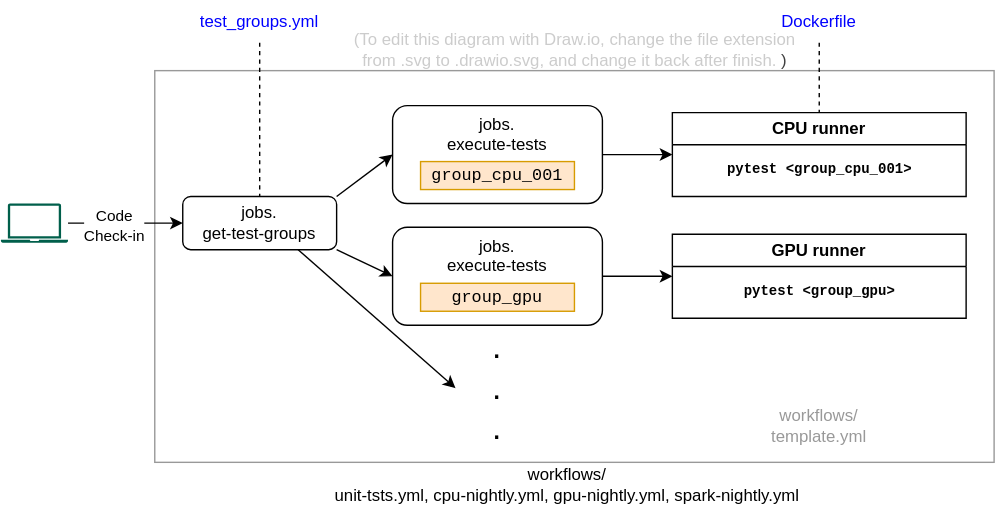
This is tests/github-actions-tests.svg from recommenders-team/recommenders, a draw.io export, as it was before one commit. Source tidied: cells renumbered, new cells last; positions are measured from the earlier drawing's top-left corner, leaving out a move shared by most shapes.
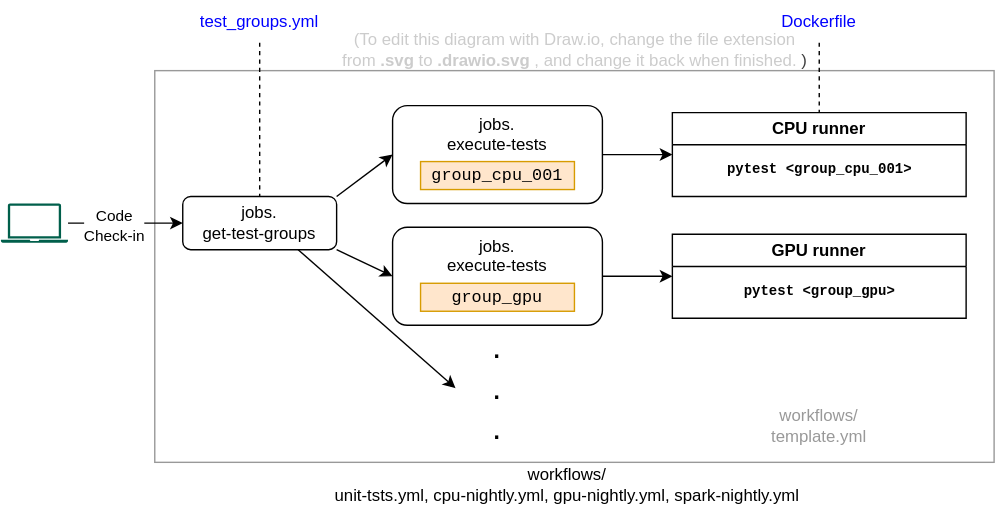
The same diagram one commit later.

What changed in the source:
```diff
@@ -83,8 +83,8 @@
     <mxCell id="28" value="workflows/&lt;div&gt;unit-tsts.yml, cpu-nightly.yml, gpu-nightly.yml, spark-nightly.yml&lt;/div&gt;" style="text;html=1;align=center;verticalAlign=middle;whiteSpace=wrap;rounded=0;" parent="1" vertex="1">
       <mxGeometry x="210" y="331" width="390" height="30" as="geometry" />
     </mxCell>
-    <mxCell id="29" value="&lt;font style=&quot;color: rgb(204, 204, 204);&quot;&gt;(To edit this diagram with Draw.io, change the file extension&lt;/font&gt;&lt;div&gt;&lt;font style=&quot;color: rgb(204, 204, 204);&quot;&gt;from .svg to .drawio.svg, and change it back after finish.&lt;span style=&quot;background-color: transparent; color: rgb(63, 63, 63);&quot;&gt;)&lt;/span&gt;&lt;/font&gt;&lt;/div&gt;" style="text;html=1;align=center;verticalAlign=middle;strokeColor=none;fillColor=none;" parent="1" vertex="1">
-      <mxGeometry x="240" y="15" width="340" height="40" as="geometry" />
+    <mxCell id="29" value="&lt;font style=&quot;color: rgb(204, 204, 204);&quot;&gt;(To edit this diagram with Draw.io, change the file extension&lt;/font&gt;&lt;div&gt;&lt;font style=&quot;color: rgb(204, 204, 204);&quot;&gt;from &lt;b&gt;.svg&lt;/b&gt; to &lt;b&gt;.drawio.svg&lt;/b&gt;, and change it back when finished.&lt;span style=&quot;background-color: transparent; color: rgb(63, 63, 63);&quot;&gt;)&lt;/span&gt;&lt;/font&gt;&lt;/div&gt;" style="text;html=1;align=center;verticalAlign=middle;strokeColor=none;fillColor=none;" parent="1" vertex="1">
+      <mxGeometry x="235" y="15" width="350" height="40" as="geometry" />
     </mxCell>
   </root>
 </mxGraphModel>
```
